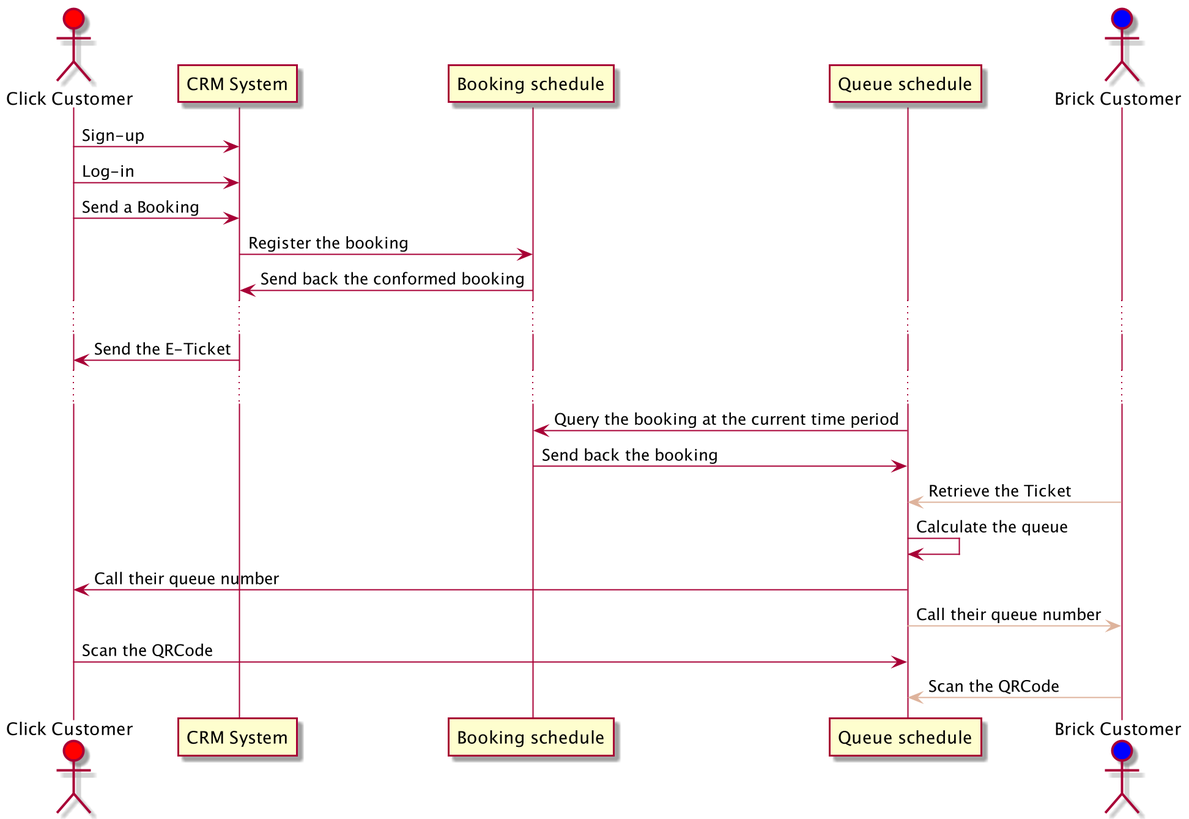
Above: RASD/Images/sequence_diagram_customer.png in ZHANG-Y-D/RASD-DD-CLup-CustomersLineup (PlantUML), before the change.
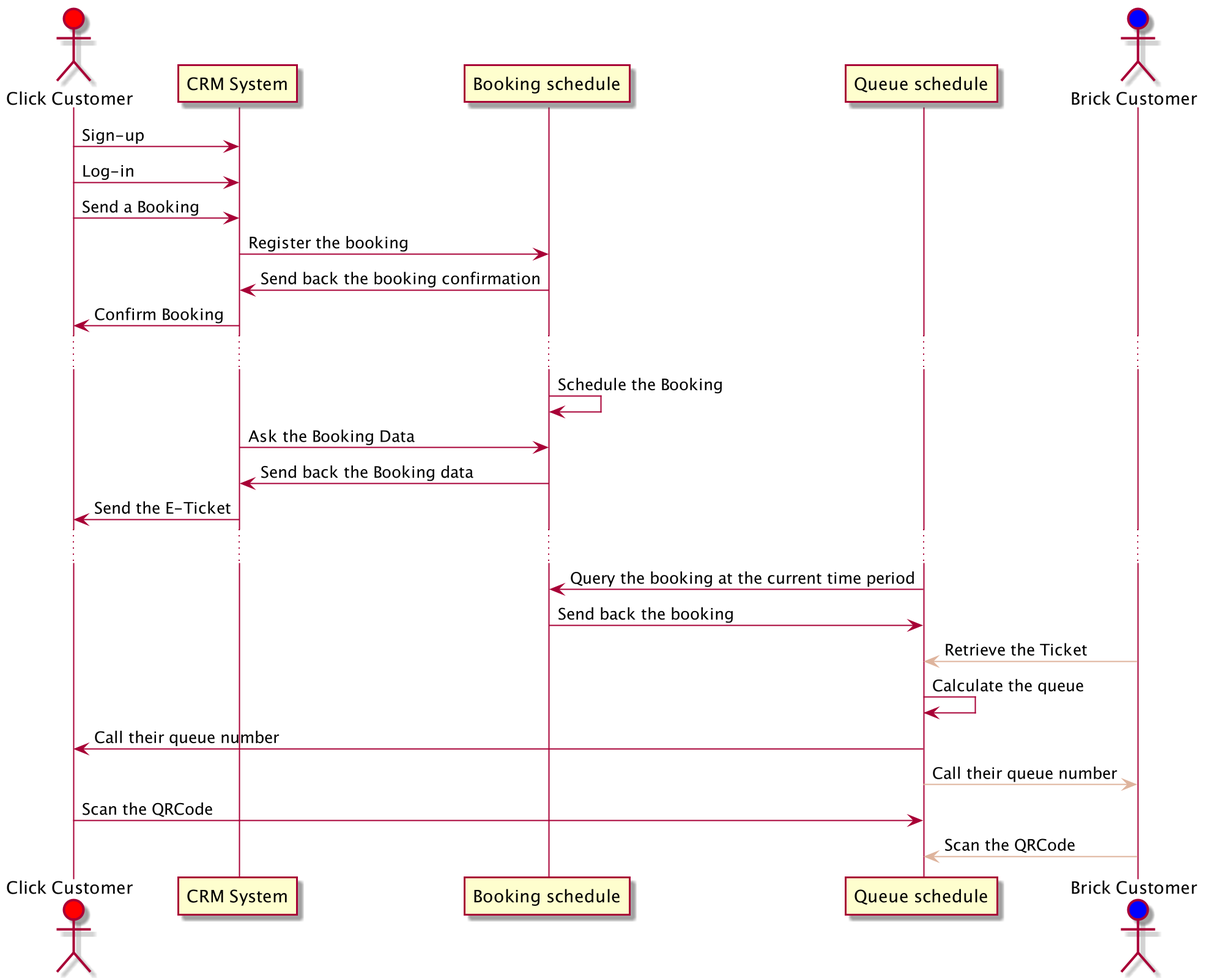
The same diagram one commit later.

What changed in the source:
```diff
@@ -10,8 +10,12 @@
 click->CRM: Log-in
 click->CRM: Send a Booking
 CRM->booking: Register the booking
-booking->CRM: Send back the conformed booking
+booking->CRM: Send back the booking confirmation
+CRM->click: Confirm Booking
 ...
+booking->booking: Schedule the Booking
+CRM->booking: Ask the Booking Data
+booking->CRM: Send back the Booking data
 CRM->click: Send the E-Ticket
 ...
 queue->booking: Query the booking at the current time period
```
